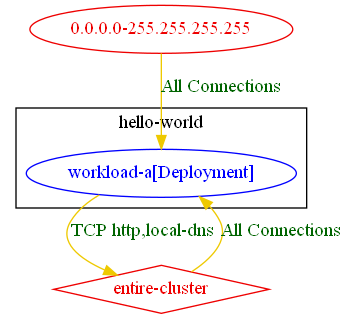
Earlier version of the Graphviz export test_outputs/connlist/exposure_test_egress_to_entire_cluster_with_named_ports_connlist_output.dot.png (np-guard/netpol-analyzer). Its source is kept beside it as test_outputs/connlist/exposure_test_egress_to_entire_cluster_with_named_ports_connlist_output.dot. Its diagram source:
```dot
digraph {
	subgraph "cluster_hello_world" {
		color="black"
		fontcolor="black"
		"hello-world/workload-a[Deployment]" [label="workload-a[Deployment]" color="blue" fontcolor="blue"]
		label="hello-world"
	}
	"0.0.0.0-255.255.255.255" [label="0.0.0.0-255.255.255.255" color="red2" fontcolor="red2"]
	"entire-cluster" [label="entire-cluster" color="red2" fontcolor="red2" shape=diamond]
	"0.0.0.0-255.255.255.255" -> "hello-world/workload-a[Deployment]" [label="All Connections" color="gold2" fontcolor="darkgreen"]
	"entire-cluster" -> "hello-world/workload-a[Deployment]" [label="All Connections" color="gold2" fontcolor="darkgreen"]
	"hello-world/workload-a[Deployment]" -> "entire-cluster" [label="TCP http,local-dns" color="gold2" fontcolor="darkgreen"]
}
```
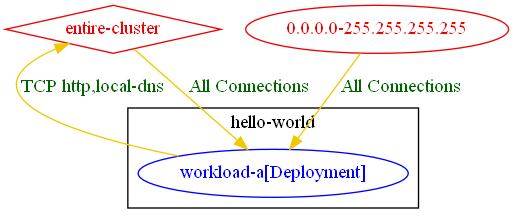
After the commit.

What changed in the source:
```diff
@@ -8,6 +8,6 @@
 	"0.0.0.0-255.255.255.255" [label="0.0.0.0-255.255.255.255" color="red2" fontcolor="red2"]
 	"entire-cluster" [label="entire-cluster" color="red2" fontcolor="red2" shape=diamond]
 	"0.0.0.0-255.255.255.255" -> "hello-world/workload-a[Deployment]" [label="All Connections" color="gold2" fontcolor="darkgreen"]
-	"entire-cluster" -> "hello-world/workload-a[Deployment]" [label="All Connections" color="gold2" fontcolor="darkgreen"]
-	"hello-world/workload-a[Deployment]" -> "entire-cluster" [label="TCP http,local-dns" color="gold2" fontcolor="darkgreen"]
+	"entire-cluster" -> "hello-world/workload-a[Deployment]" [label="All Connections" color="gold2" fontcolor="darkgreen" weight=1]
+	"hello-world/workload-a[Deployment]" -> "entire-cluster" [label="TCP http,local-dns" color="gold2" fontcolor="darkgreen" weight=0.5]
 }
```
